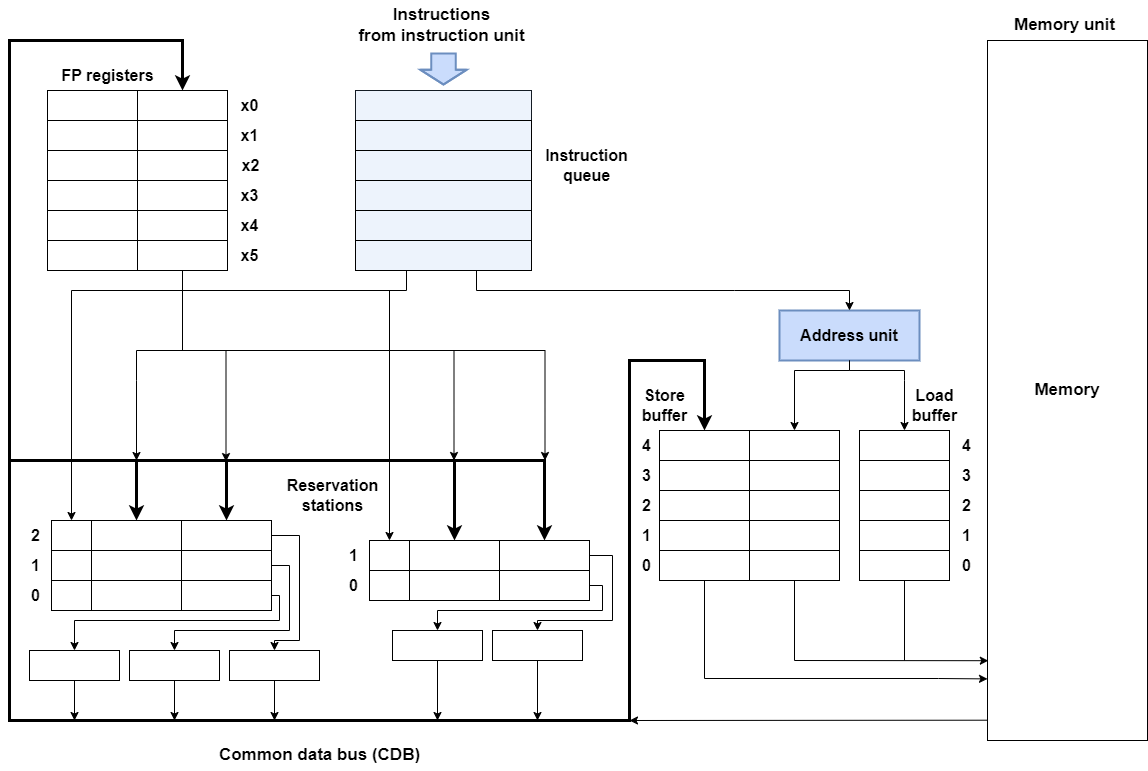
Above: img/tomasulo.png in AnjaTanovic/Tomasulo-based-RISC-V-simulator (draw.io), before the change. Source tidied: cells renumbered, new cells last; positions are measured from the earlier drawing's top-left corner, leaving out a move shared by most shapes.
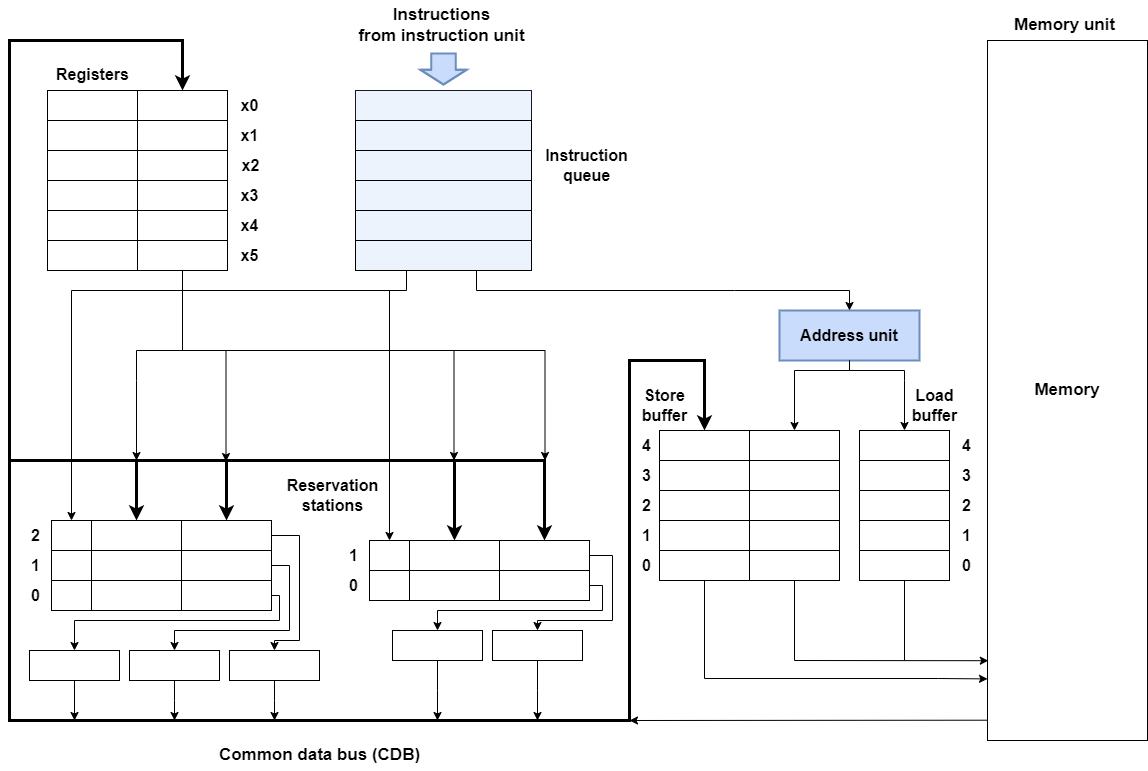
After the change.

What changed in the source:
```diff
@@ -374,8 +374,8 @@
     <mxCell id="80" value="&lt;font style=&quot;font-size: 17px;&quot;&gt;&lt;b&gt;Instructions &lt;br&gt;from instruction unit&lt;/b&gt;&lt;/font&gt;" style="text;html=1;align=center;verticalAlign=middle;strokeColor=none;fillColor=none;" parent="1" vertex="1">
       <mxGeometry x="337" width="190" height="50" as="geometry" />
     </mxCell>
-    <mxCell id="81" value="&lt;span style=&quot;font-size: 16px;&quot;&gt;&lt;b&gt;FP registers&lt;/b&gt;&lt;/span&gt;" style="text;html=1;align=center;verticalAlign=middle;strokeColor=none;fillColor=none;" parent="1" vertex="1">
-      <mxGeometry x="38" y="60" width="120" height="30" as="geometry" />
+    <mxCell id="81" value="&lt;span style=&quot;font-size: 16px;&quot;&gt;&lt;b&gt;Registers&lt;/b&gt;&lt;/span&gt;" style="text;html=1;align=center;verticalAlign=middle;strokeColor=none;fillColor=none;" parent="1" vertex="1">
+      <mxGeometry x="33.5" y="57" width="99" height="33" as="geometry" />
     </mxCell>
     <mxCell id="82" value="&lt;span style=&quot;font-size: 16px;&quot;&gt;&lt;b&gt;Store&lt;br&gt;buffer&lt;/b&gt;&lt;/span&gt;" style="text;html=1;align=center;verticalAlign=middle;strokeColor=none;fillColor=none;" parent="1" vertex="1">
       <mxGeometry x="620" y="380" width="70" height="50" as="geometry" />
```
